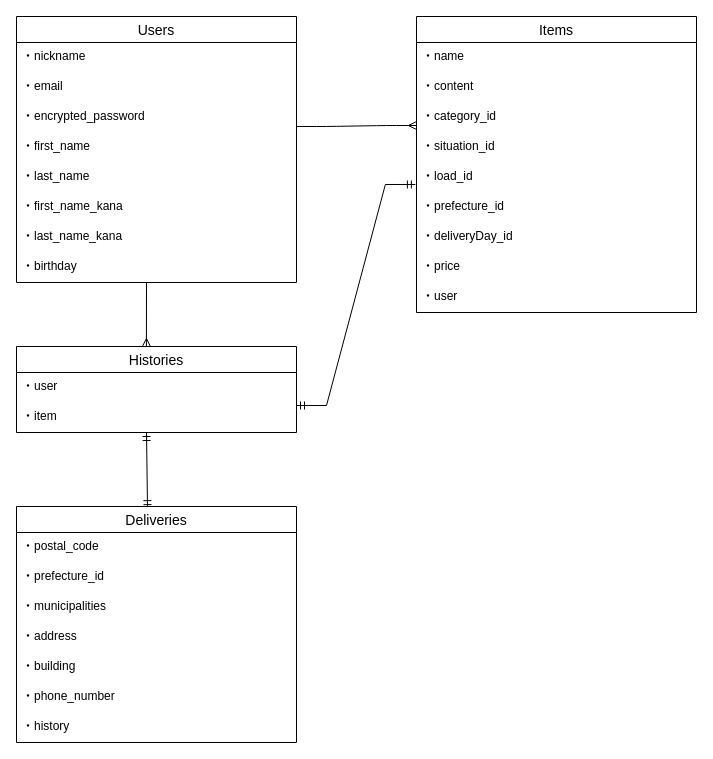
Earlier version of the draw.io diagram furima.dio (do07tk/furima-39076). Source tidied: cells renumbered, new cells numbered last; positions are measured from the earlier drawing's top-left corner, leaving out a move shared by most shapes. Both pictures are drawn from the tidied source at 100%, with x=0, y=0 at pixel (16, 16).
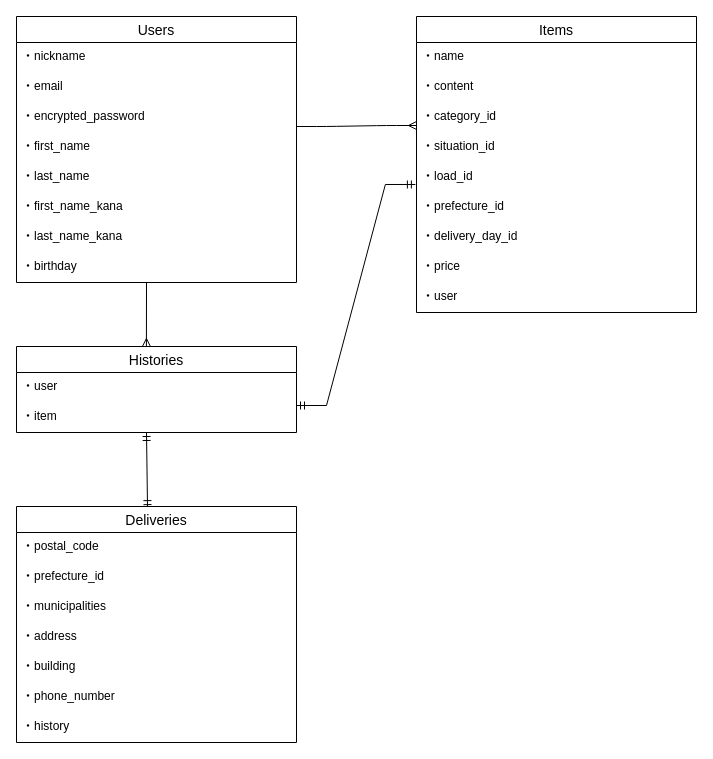
The same page after the edit.

Commit message (it also covers changes not shown here):
README修正、Assosiation追記５

Unchanged cells that the change refers to:
```xml
<mxCell id="11" value="Items" style="swimlane;fontStyle=0;horizontal=1;startSize=26;align=center;fontSize=14;" parent="1" vertex="1">
  <mxGeometry x="400" width="280" height="296" as="geometry" />
</mxCell>
```

Diff of the diagram source:
```diff
@@
-    <mxCell id="18" value="・deliveryDay_id" style="text;strokeColor=none;fillColor=none;spacingLeft=4;spacingRight=4;overflow=hidden;fontSize=12;" parent="11" vertex="1">
+    <mxCell id="18" value="・delivery_day_id" style="text;strokeColor=none;fillColor=none;spacingLeft=4;spacingRight=4;overflow=hidden;fontSize=12;" parent="11" vertex="1">
       <mxGeometry y="206" width="280" height="30" as="geometry" />
     </mxCell>
```
